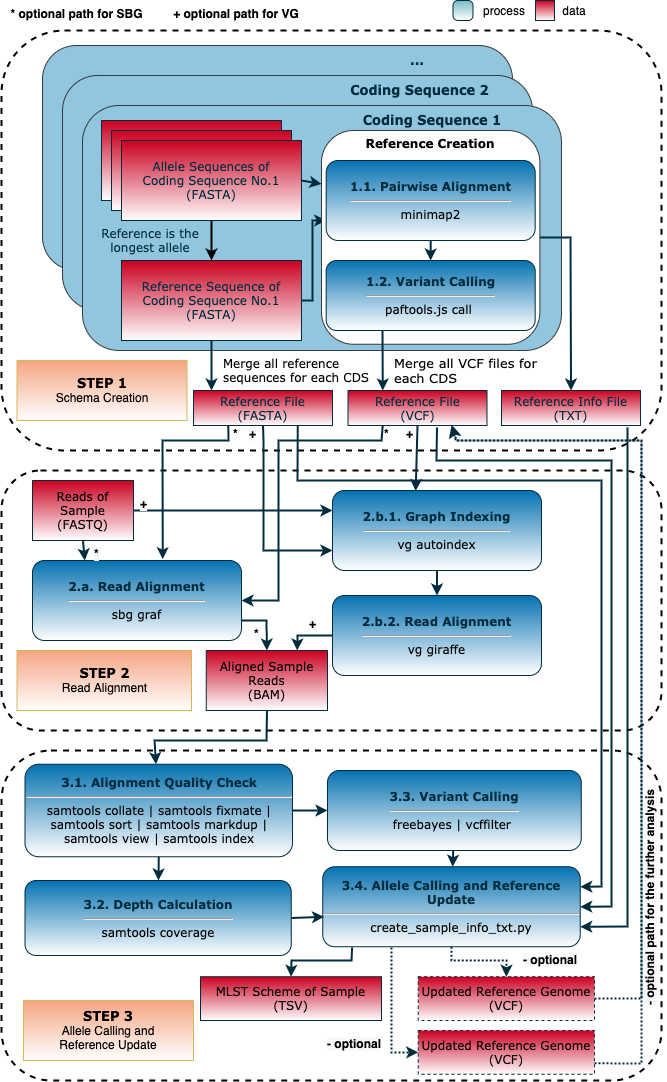
Before: images/milestone_ug_workflow.png, a diagram exported from draw.io (fatmakahveci/milestone). Source tidied: cells renumbered, new cells last; positions are measured from the earlier drawing's top-left corner, leaving out a move shared by most shapes.
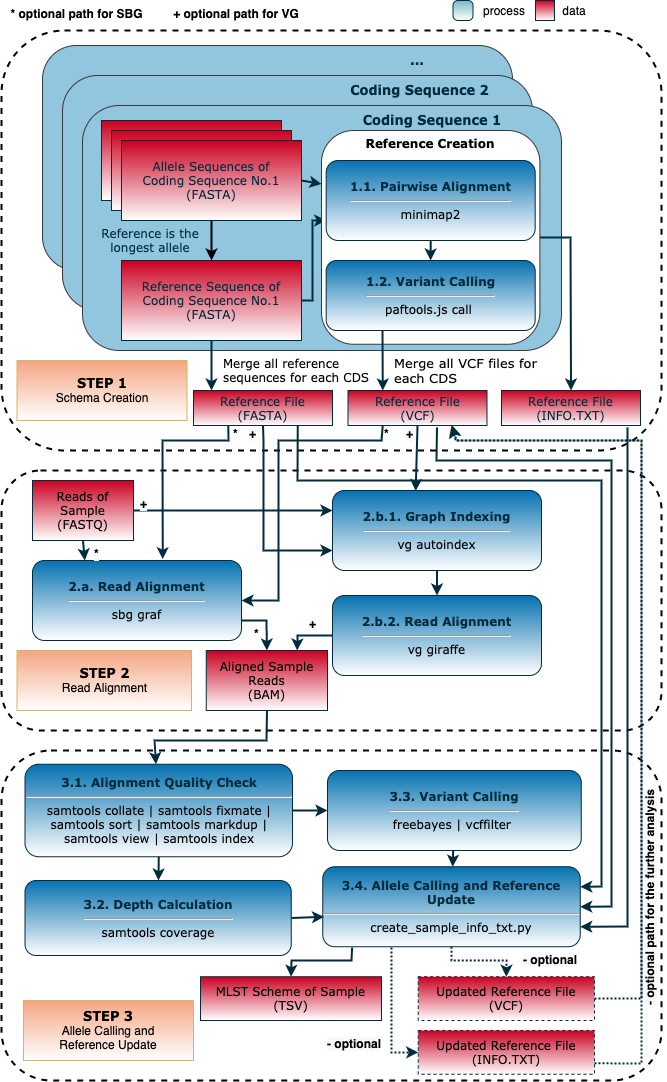
The same file after the commit.

What changed in the source:
```diff
@@ -168,7 +168,7 @@
     <mxCell id="50" value="MLST Scheme of Sample&lt;br&gt;(TSV)" style="rounded=0;whiteSpace=wrap;html=1;fillColor=#ca0020;strokeColor=#002C3E;glass=0;gradientColor=#ffffff;fontFamily=Verdana;fontStyle=0;" parent="1" vertex="1">
       <mxGeometry x="199" y="976.2" width="181" height="43.8" as="geometry" />
     </mxCell>
-    <mxCell id="51" value="Updated Reference Genome&lt;br&gt;(VCF)" style="rounded=0;whiteSpace=wrap;html=1;fillColor=#ca0020;strokeColor=#002C3E;glass=0;gradientColor=#ffffff;fontFamily=Verdana;fontStyle=0;dashed=1;" parent="1" vertex="1">
+    <mxCell id="51" value="Updated Reference File&lt;br&gt;(VCF)" style="rounded=0;whiteSpace=wrap;html=1;fillColor=#ca0020;strokeColor=#002C3E;glass=0;gradientColor=#ffffff;fontFamily=Verdana;fontStyle=0;dashed=1;" parent="1" vertex="1">
       <mxGeometry x="416.8" y="976.2" width="176.2" height="43.8" as="geometry" />
     </mxCell>
     <mxCell id="52" style="endArrow=classic;html=1;strokeColor=#002C3E;strokeWidth=2;shadow=0;rounded=0;fontFamily=Verdana;entryX=0.5;entryY=0;entryDx=0;entryDy=0;exitX=0.114;exitY=1.009;exitDx=0;exitDy=0;exitPerimeter=0;" parent="1" edge="1" source="27" target="50">
@@ -262,7 +262,7 @@
     <mxCell id="71" style="endArrow=classic;html=1;strokeColor=#002C3E;strokeWidth=2;shadow=0;rounded=0;fontFamily=Verdana;exitX=0.5;exitY=1;exitDx=0;exitDy=0;" parent="1" edge="1" source="35" target="70">
       <mxGeometry relative="1" as="geometry" />
     </mxCell>
-    <mxCell id="72" value="&lt;font color=&quot;#002c3e&quot;&gt;Reference Info File&lt;br&gt;(TXT)&lt;br&gt;&lt;/font&gt;" style="rounded=0;whiteSpace=wrap;html=1;fillColor=#ca0020;strokeColor=#002C3E;glass=0;gradientColor=#ffffff;fontFamily=Verdana;fontStyle=0;" parent="1" vertex="1">
+    <mxCell id="72" value="&lt;font color=&quot;#002c3e&quot;&gt;Reference File&lt;br&gt;(INFO.TXT)&lt;br&gt;&lt;/font&gt;" style="rounded=0;whiteSpace=wrap;html=1;fillColor=#ca0020;strokeColor=#002C3E;glass=0;gradientColor=#ffffff;fontFamily=Verdana;fontStyle=0;" parent="1" vertex="1">
       <mxGeometry x="500" y="390" width="139" height="35" as="geometry" />
     </mxCell>
     <mxCell id="73" style="endArrow=classic;html=1;strokeColor=#002C3E;strokeWidth=2;shadow=0;rounded=0;entryX=0.5;entryY=0;entryDx=0;entryDy=0;fontColor=#002C3E;fontFamily=Verdana;exitX=1;exitY=0.5;exitDx=0;exitDy=0;" parent="1" edge="1" source="75" target="72">
@@ -295,7 +295,7 @@
         <mxPoint x="381" y="330" as="sourcePoint" />
       </mxGeometry>
     </mxCell>
-    <mxCell id="81" value="Updated Reference Genome&lt;br&gt;(VCF)" style="rounded=0;whiteSpace=wrap;html=1;fillColor=#ca0020;strokeColor=#002C3E;glass=0;gradientColor=#ffffff;fontFamily=Verdana;fontStyle=0;dashed=1;" parent="1" vertex="1">
+    <mxCell id="81" value="Updated Reference File&lt;br&gt;(INFO.TXT)" style="rounded=0;whiteSpace=wrap;html=1;fillColor=#ca0020;strokeColor=#002C3E;glass=0;gradientColor=#ffffff;fontFamily=Verdana;fontStyle=0;dashed=1;" parent="1" vertex="1">
       <mxGeometry x="416.8" y="1030" width="176.2" height="43.8" as="geometry" />
     </mxCell>
     <mxCell id="82" style="endArrow=classic;html=1;strokeColor=#002C3E;strokeWidth=2;shadow=0;rounded=0;fontFamily=Verdana;dashed=1;dashPattern=1 1;entryX=0;entryY=0.5;entryDx=0;entryDy=0;" parent="1" edge="1" target="81">
```
